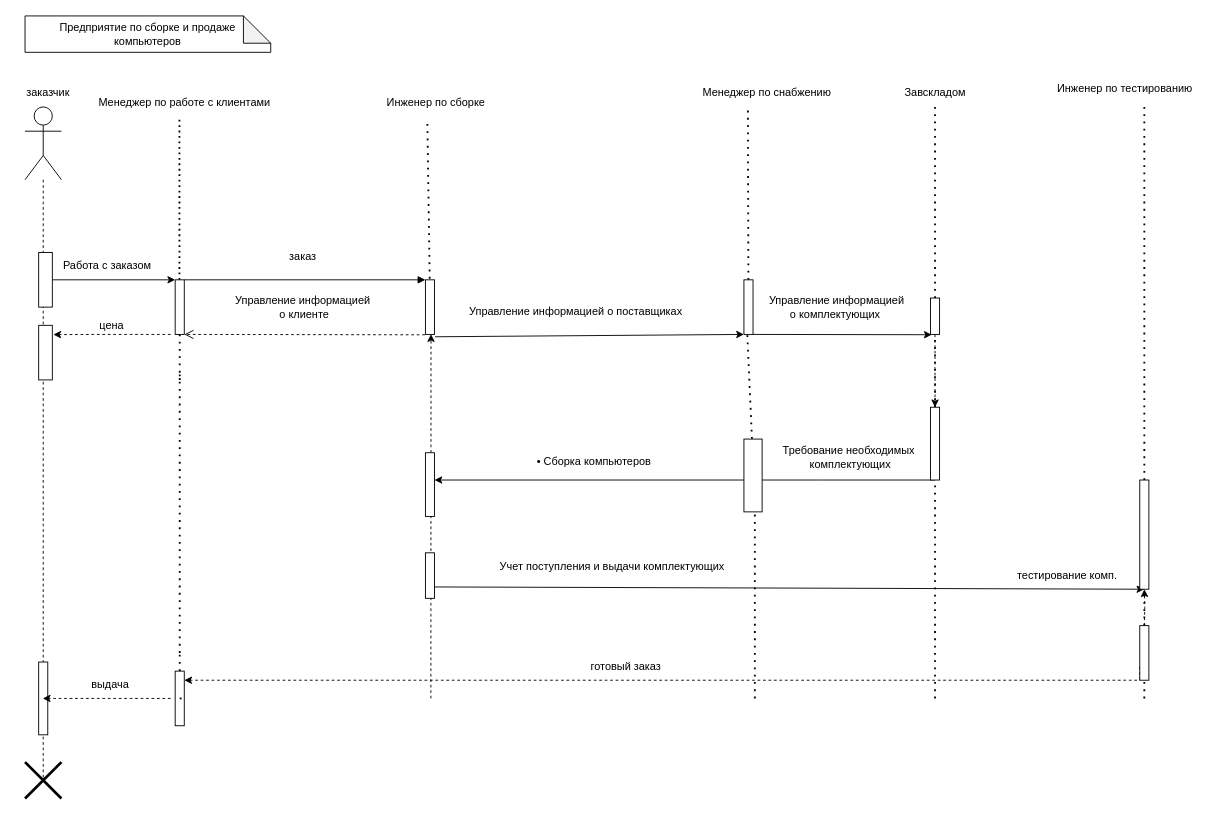
Ev0or/dontTouch keeps this draw.io diagram as page "лаб.3" (5 of 5) of Диаграмма без названия.drawio. Above is the earlier version. Source tidied: cells renumbered, new cells numbered last; positions are measured from the earlier drawing's top-left corner, leaving out a move shared by most shapes. Both pictures are drawn from the tidied source at 91%, with x=0, y=0 at pixel (15, 15).
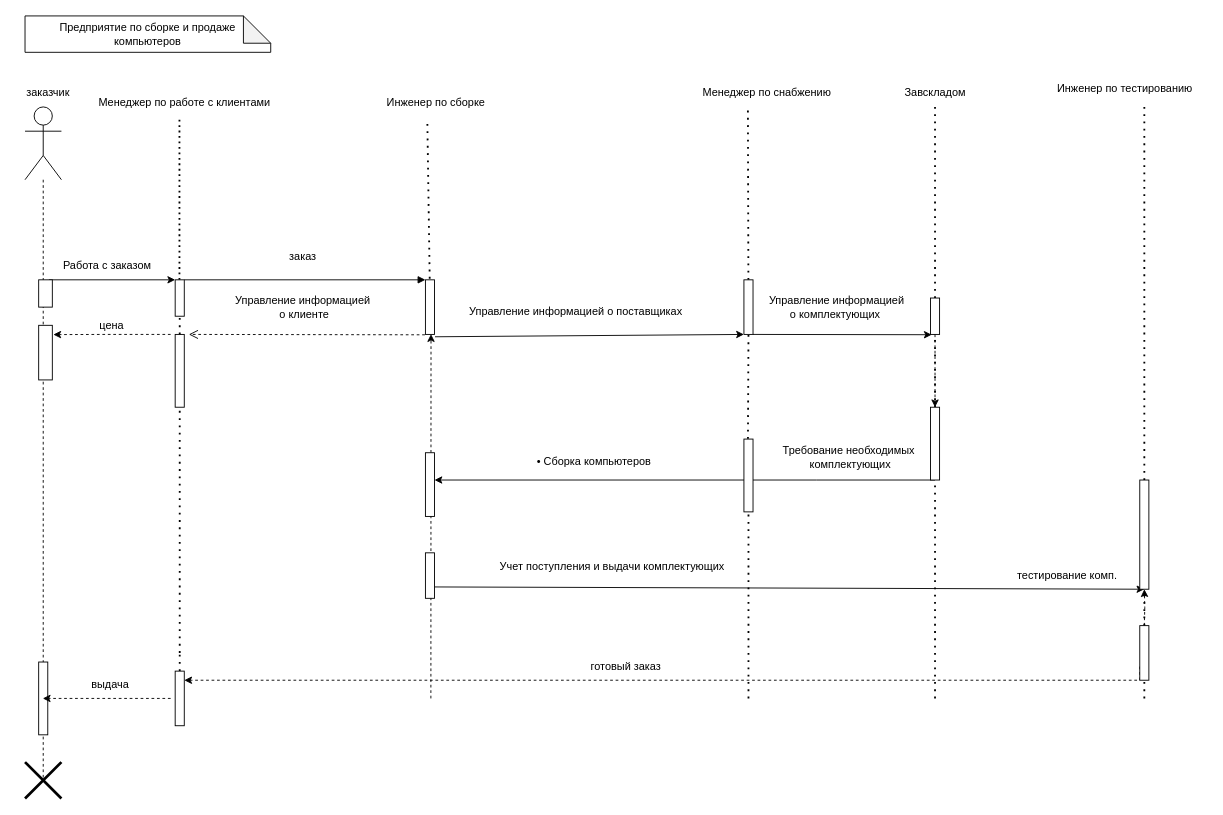
The same page after the edit.

The change refers to these unchanged cells:
```xml
<mxCell id="30" style="shape=umlLifeline;participant=umlActor;perimeter=lifelinePerimeter;whiteSpace=wrap;html=1;verticalAlign=top;spacingTop=36;outlineConnect=0;size=80;" parent="1" vertex="1">
  <mxGeometry x="10" y="100" width="40" height="740" as="geometry" />
</mxCell>
<mxCell id="42" style="html=1;points=[];perimeter=orthogonalPerimeter;" parent="1" vertex="1">
  <mxGeometry x="450" y="290" width="10" height="60" as="geometry" />
</mxCell>
<mxCell id="61" style="whiteSpace=wrap;html=1;" parent="1" vertex="1">
  <mxGeometry x="800" y="290" width="10" height="60" as="geometry" />
</mxCell>
```

Diff of the diagram source:
```diff
@@
-    <mxCell id="10" style="endArrow=classic;html=1;rounded=0;entryX=0;entryY=0;entryDx=0;entryDy=0;exitX=1;exitY=0.5;exitDx=0;exitDy=0;" parent="1" edge="1" source="31" target="41">
+    <mxCell id="10" style="endArrow=classic;html=1;rounded=0;entryX=0;entryY=0;entryDx=0;entryDy=0;exitX=0.75;exitY=0;exitDx=0;exitDy=0;" parent="1" edge="1" source="31" target="41">
       <mxGeometry relative="1" as="geometry" />
     </mxCell>
@@
     <mxCell id="31" style="whiteSpace=wrap;html=1;" parent="30" vertex="1">
-      <mxGeometry x="15" y="160" width="15" height="60" as="geometry" />
+      <mxGeometry x="15" y="190" width="15" height="30" as="geometry" />
     </mxCell>
@@
-    <mxCell id="37" style="endArrow=none;dashed=1;html=1;dashPattern=1 3;strokeWidth=2;rounded=0;" parent="1" edge="1" target="41">
-      <mxGeometry relative="1" as="geometry">
-        <mxPoint x="180" y="400" as="sourcePoint" />
-        <Array as="points">
-          <mxPoint x="180" y="380" />
-        </Array>
-      </mxGeometry>
+    <mxCell id="37" style="endArrow=none;dashed=1;html=1;dashPattern=1 3;strokeWidth=2;rounded=0;startArrow=none;" parent="1" edge="1" source="65" target="41">
+      <mxGeometry relative="1" as="geometry" />
     </mxCell>
@@
     <mxCell id="41" style="html=1;points=[];perimeter=orthogonalPerimeter;" parent="1" vertex="1">
-      <mxGeometry x="175" y="290" width="10" height="60" as="geometry" />
+      <mxGeometry x="175" y="290" width="10" height="40" as="geometry" />
     </mxCell>
@@
-    <mxCell id="44" style="html=1;verticalAlign=bottom;endArrow=open;dashed=1;endSize=8;exitX=-0.057;exitY=1.007;rounded=0;entryX=1;entryY=1;entryDx=0;entryDy=0;entryPerimeter=0;exitDx=0;exitDy=0;exitPerimeter=0;" parent="1" edge="1" source="42" target="41">
-      <mxGeometry relative="1" as="geometry" />
+    <mxCell id="44" style="html=1;verticalAlign=bottom;endArrow=open;dashed=1;endSize=8;exitX=-0.057;exitY=1.007;rounded=0;exitDx=0;exitDy=0;exitPerimeter=0;" parent="1" edge="1" source="42">
+      <mxGeometry relative="1" as="geometry">
+        <mxPoint x="190" y="350" as="targetPoint" />
+      </mxGeometry>
     </mxCell>
@@
     <mxCell id="52" style="endArrow=none;dashed=1;html=1;dashPattern=1 3;strokeWidth=2;rounded=0;" parent="1" edge="1" target="60">
       <mxGeometry relative="1" as="geometry">
-        <mxPoint x="812" y="750" as="sourcePoint" />
+        <mxPoint x="805" y="750" as="sourcePoint" />
       </mxGeometry>
     </mxCell>
@@
-    <mxCell id="55" style="rounded=0;whiteSpace=wrap;html=1;" parent="1" vertex="1">
-      <mxGeometry x="175" y="720" width="10" height="60" as="geometry" />
-    </mxCell>
@@
     <mxCell id="60" style="html=1;points=[];perimeter=orthogonalPerimeter;" parent="1" vertex="1">
-      <mxGeometry x="800" y="465" width="20" height="80" as="geometry" />
+      <mxGeometry x="800" y="465" width="10" height="80" as="geometry" />
     </mxCell>
@@
-    <mxCell id="62" style="endArrow=none;dashed=1;html=1;dashPattern=1 3;strokeWidth=2;rounded=0;entryX=0.371;entryY=1.002;entryDx=0;entryDy=0;entryPerimeter=0;startArrow=none;exitX=0.442;exitY=-0.004;exitDx=0;exitDy=0;exitPerimeter=0;" parent="1" edge="1" source="60" target="61">
+    <mxCell id="62" style="endArrow=none;dashed=1;html=1;dashPattern=1 3;strokeWidth=2;rounded=0;entryX=0.5;entryY=1;entryDx=0;entryDy=0;startArrow=none;exitX=0.442;exitY=-0.004;exitDx=0;exitDy=0;exitPerimeter=0;" parent="1" edge="1" source="60" target="61">
       <mxGeometry relative="1" as="geometry" />
     </mxCell>
@@
+    <mxCell id="64" style="endArrow=none;dashed=1;html=1;dashPattern=1 3;strokeWidth=2;rounded=0;" parent="1" edge="1" target="65">
+      <mxGeometry relative="1" as="geometry">
+        <mxPoint x="180" y="400" as="sourcePoint" />
+        <Array as="points">
+          <mxPoint x="180" y="380" />
+        </Array>
+      </mxGeometry>
+    </mxCell>
+    <mxCell id="55" style="rounded=0;whiteSpace=wrap;html=1;" parent="1" vertex="1">
+      <mxGeometry x="175" y="720" width="10" height="60" as="geometry" />
+    </mxCell>
+    <mxCell id="65" style="html=1;points=[];perimeter=orthogonalPerimeter;" parent="1" vertex="1">
+      <mxGeometry x="175" y="350" width="10" height="80" as="geometry" />
+    </mxCell>
```
